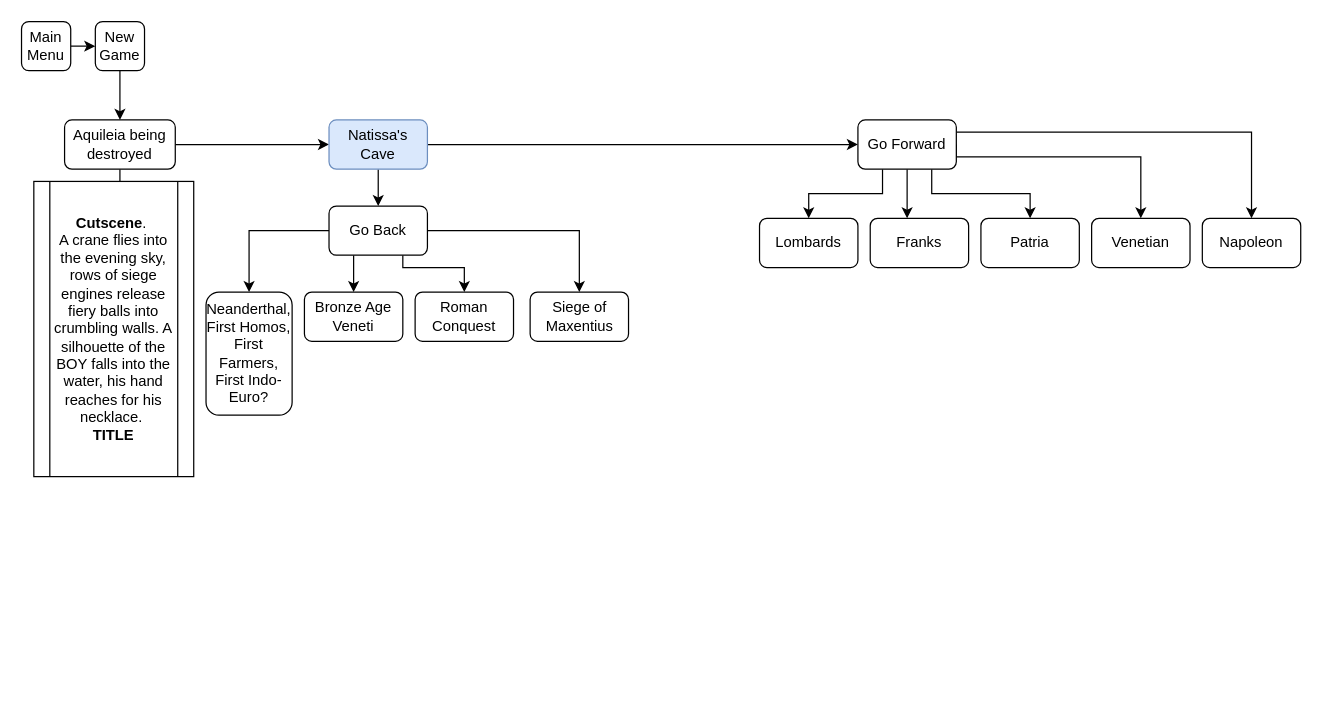
The draw.io diagram page "Narrative" (1 of 2) of Untitled Diagram.drawio in SpencerChamp/akileia, before the edit. Source tidied: cells renumbered, new cells numbered last; positions are measured from the earlier drawing's top-left corner, leaving out a move shared by most shapes. Both pictures are drawn from the tidied source at 123%, with x=0, y=0 at pixel (21, 21).
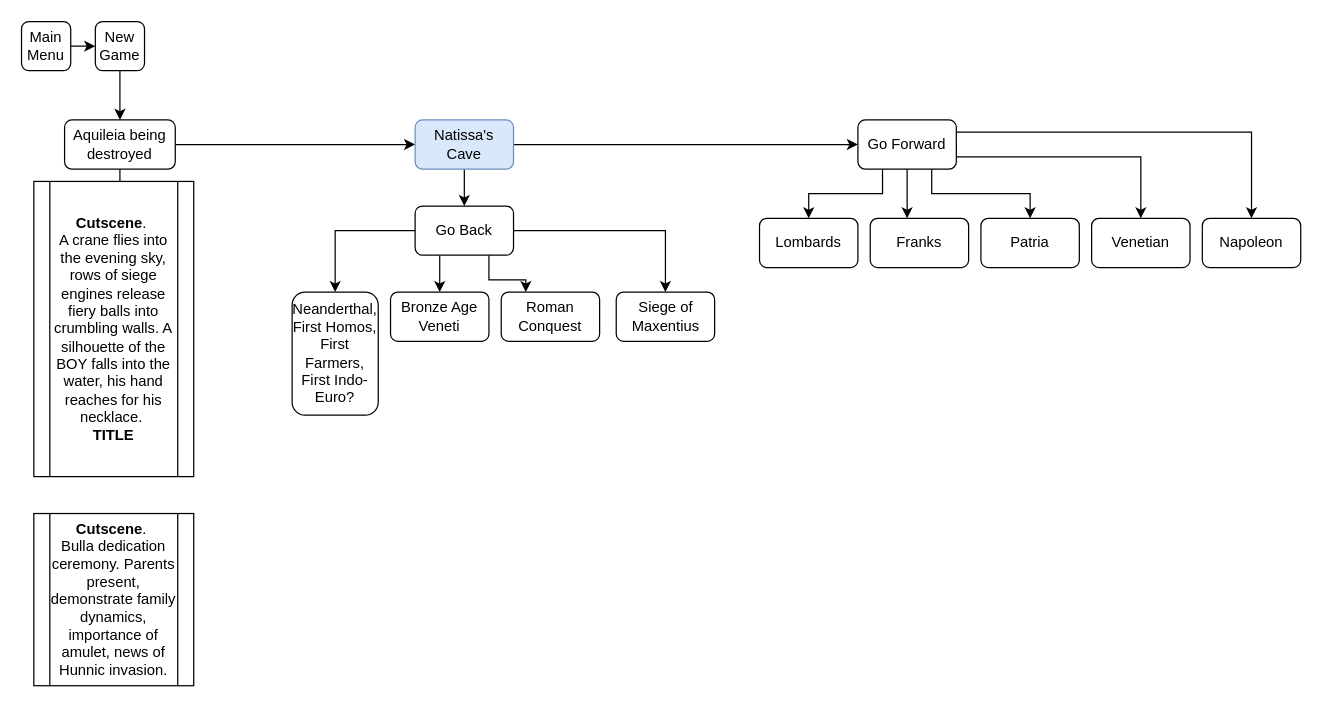
Above is the later version.

What changed in the source:
```diff
@@
     <mxCell id="12" value="Natissa's Cave" style="rounded=1;whiteSpace=wrap;html=1;fillColor=#dae8fc;strokeColor=#6c8ebf;" parent="1" vertex="1">
-      <mxGeometry x="250" y="80" width="80" height="40" as="geometry" />
+      <mxGeometry x="320" y="80" width="80" height="40" as="geometry" />
     </mxCell>
@@
+    <mxCell id="16" style="edgeStyle=orthogonalEdgeStyle;rounded=0;jettySize=auto;html=1;entryX=0.5;entryY=0;entryDx=0;entryDy=0;" parent="1" edge="1" source="17" target="27">
+      <mxGeometry relative="1" as="geometry" />
+    </mxCell>
-    <mxCell id="14" style="edgeStyle=orthogonalEdgeStyle;rounded=0;jettySize=auto;html=1;" parent="1" edge="1" source="17" target="25">
-      <mxGeometry relative="1" as="geometry">
-        <Array as="points">
-          <mxPoint x="270" y="210" />
-          <mxPoint x="270" y="210" />
-        </Array>
-      </mxGeometry>
+    <mxCell id="14" style="edgeStyle=orthogonalEdgeStyle;rounded=0;jettySize=auto;html=1;exitX=0.25;exitY=1;exitDx=0;exitDy=0;entryX=0.5;entryY=0;entryDx=0;entryDy=0;" parent="1" edge="1" source="17" target="25">
+      <mxGeometry relative="1" as="geometry" />
     </mxCell>
-    <mxCell id="15" style="edgeStyle=orthogonalEdgeStyle;rounded=0;jettySize=auto;html=1;exitX=0.75;exitY=1;exitDx=0;exitDy=0;entryX=0.5;entryY=0;entryDx=0;entryDy=0;" parent="1" edge="1" source="17" target="26">
-      <mxGeometry relative="1" as="geometry">
-        <Array as="points">
-          <mxPoint x="310" y="200" />
-          <mxPoint x="360" y="200" />
-        </Array>
-      </mxGeometry>
+    <mxCell id="15" style="edgeStyle=orthogonalEdgeStyle;rounded=0;jettySize=auto;html=1;exitX=0.75;exitY=1;exitDx=0;exitDy=0;entryX=0.25;entryY=0;entryDx=0;entryDy=0;" parent="1" edge="1" source="17" target="26">
+      <mxGeometry relative="1" as="geometry" />
     </mxCell>
-    <mxCell id="16" style="edgeStyle=orthogonalEdgeStyle;rounded=0;jettySize=auto;html=1;entryX=0.5;entryY=0;entryDx=0;entryDy=0;" parent="1" edge="1" source="17" target="27">
-      <mxGeometry relative="1" as="geometry" />
-    </mxCell>
     <mxCell id="17" value="Go Back" style="rounded=1;whiteSpace=wrap;html=1;" parent="1" vertex="1">
-      <mxGeometry x="250" y="150" width="80" height="40" as="geometry" />
+      <mxGeometry x="320" y="150" width="80" height="40" as="geometry" />
     </mxCell>
@@
     <mxCell id="24" value="Neanderthal, First Homos, First Farmers, First Indo-Euro?" style="rounded=1;whiteSpace=wrap;html=1;" parent="1" vertex="1">
-      <mxGeometry x="150" y="220" width="70" height="100" as="geometry" />
+      <mxGeometry x="220" y="220" width="70" height="100" as="geometry" />
     </mxCell>
     <mxCell id="25" value="Bronze Age Veneti" style="rounded=1;whiteSpace=wrap;html=1;" parent="1" vertex="1">
-      <mxGeometry x="230" y="220" width="80" height="40" as="geometry" />
+      <mxGeometry x="300" y="220" width="80" height="40" as="geometry" />
     </mxCell>
     <mxCell id="26" value="Roman Conquest" style="rounded=1;whiteSpace=wrap;html=1;" parent="1" vertex="1">
-      <mxGeometry x="320" y="220" width="80" height="40" as="geometry" />
+      <mxGeometry x="390" y="220" width="80" height="40" as="geometry" />
     </mxCell>
     <mxCell id="27" value="Siege of Maxentius" style="rounded=1;whiteSpace=wrap;html=1;" parent="1" vertex="1">
-      <mxGeometry x="413.5" y="220" width="80" height="40" as="geometry" />
+      <mxGeometry x="483.5" y="220" width="80" height="40" as="geometry" />
     </mxCell>
@@
+    <mxCell id="34" value="&lt;b&gt;Cutscene&lt;/b&gt;.&amp;nbsp;&lt;br&gt;Bulla dedication ceremony. Parents present, demonstrate family dynamics, importance of amulet, news of Hunnic invasion." style="shape=process;whiteSpace=wrap;html=1;backgroundOutline=1;" parent="1" vertex="1">
+      <mxGeometry x="10" y="400" width="130" height="140" as="geometry" />
+    </mxCell>
```
